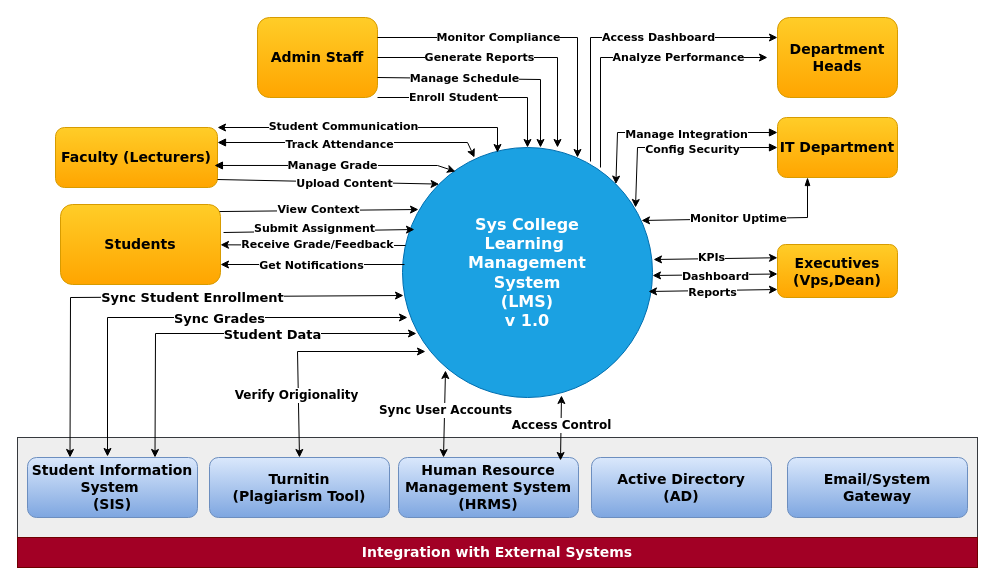
Earlier version of the draw.io diagram 02 - LMS-SysCollege/02 - Diagrams/System Context Diagram.drawio (ZohaibWaqarMalik/Technical-Business-Analyst-Projects). Source tidied: cells renumbered, new cells numbered last; positions are measured from the earlier drawing's top-left corner, leaving out a move shared by most shapes. Both pictures are drawn from the tidied source at 100%, with x=0, y=0 at pixel (17, 17).
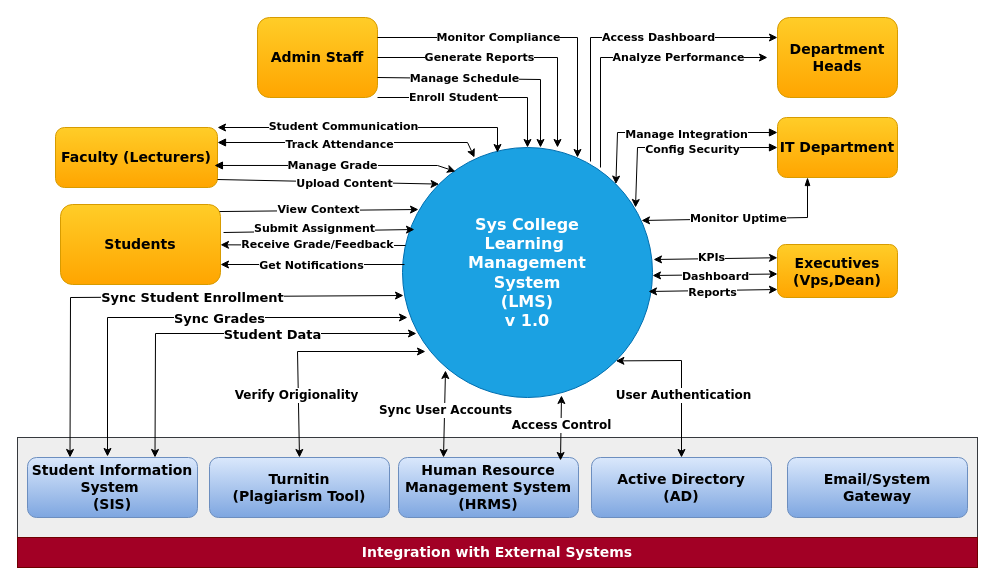
The same page after the edit.

Commit message:
Update System Context Diagram

Include Mapping / Connections for External System
 - Active Directory (AD)

The change refers to these unchanged cells:
```xml
<mxCell id="2" value="&lt;div&gt;&lt;font face=&quot;Verdana&quot; style=&quot;font-size: 16px;&quot;&gt;&lt;b style=&quot;&quot;&gt;Sys College&lt;/b&gt;&lt;/font&gt;&lt;/div&gt;&lt;div&gt;&lt;b style=&quot;font-size: 16px; background-color: transparent;&quot;&gt;&lt;font style=&quot;color: light-dark(rgb(255, 255, 255), rgb(255, 255, 255));&quot; face=&quot;Verdana&quot;&gt;Learning&amp;nbsp;&lt;/font&gt;&lt;/b&gt;&lt;/div&gt;&lt;div&gt;&lt;font face=&quot;Verdana&quot; style=&quot;font-size: 16px;&quot;&gt;&lt;b&gt;Management&lt;/b&gt;&lt;/font&gt;&lt;/div&gt;&lt;div&gt;&lt;font face=&quot;Verdana&quot; style=&quot;font-size: 16px;&quot;&gt;&lt;b&gt;System&lt;/b&gt;&lt;/font&gt;&lt;/div&gt;&lt;div&gt;&lt;font face=&quot;Verdana&quot; style=&quot;font-size: 16px;&quot;&gt;&lt;b&gt;(LMS)&lt;br&gt;&lt;/b&gt;&lt;/font&gt;&lt;div&gt;&lt;font face=&quot;Verdana&quot; style=&quot;font-size: 16px;&quot;&gt;&lt;b style=&quot;&quot;&gt;v 1.0&lt;/b&gt;&lt;/font&gt;&lt;/div&gt;&lt;/div&gt;" style="ellipse;whiteSpace=wrap;html=1;fillColor=#1ba1e2;fontColor=#ffffff;strokeColor=#006EAF;" parent="1" vertex="1">
  <mxGeometry x="385" y="130" width="250" height="250" as="geometry" />
</mxCell>
<mxCell id="53" value="&lt;font face=&quot;Verdana&quot;&gt;&lt;span style=&quot;font-size: 14px;&quot;&gt;&lt;b&gt;Active Directory&lt;/b&gt;&lt;/span&gt;&lt;/font&gt;&lt;div&gt;&lt;b style=&quot;font-size: 14px; font-family: Verdana; background-color: transparent; color: light-dark(rgb(0, 0, 0), rgb(255, 255, 255));&quot;&gt;(AD)&lt;/b&gt;&lt;/div&gt;" style="rounded=1;whiteSpace=wrap;html=1;fillColor=#dae8fc;strokeColor=#6c8ebf;gradientColor=#7ea6e0;" parent="1" vertex="1">
  <mxGeometry x="574" y="440" width="180" height="60" as="geometry" />
</mxCell>
```

The edit, as a diff of the source:
```diff
@@
+    <mxCell id="68" style="endArrow=classic;startArrow=classic;html=1;rounded=0;exitX=0.5;exitY=0;exitDx=0;exitDy=0;entryX=1;entryY=1;entryDx=0;entryDy=0;" parent="1" edge="1" source="53" target="2">
+      <mxGeometry relative="1" as="geometry">
+        <Array as="points">
+          <mxPoint x="664" y="343" />
+        </Array>
+      </mxGeometry>
+    </mxCell>
+    <mxCell id="69" value="&lt;font face=&quot;Verdana&quot; style=&quot;font-size: 12px;&quot;&gt;&lt;b&gt;User Authentication&lt;/b&gt;&lt;/font&gt;" style="edgeLabel;html=1;align=center;verticalAlign=middle;" parent="68" vertex="1">
+      <mxGeometry x="-0.23" y="-1" relative="1" as="geometry" />
+    </mxCell>
```
